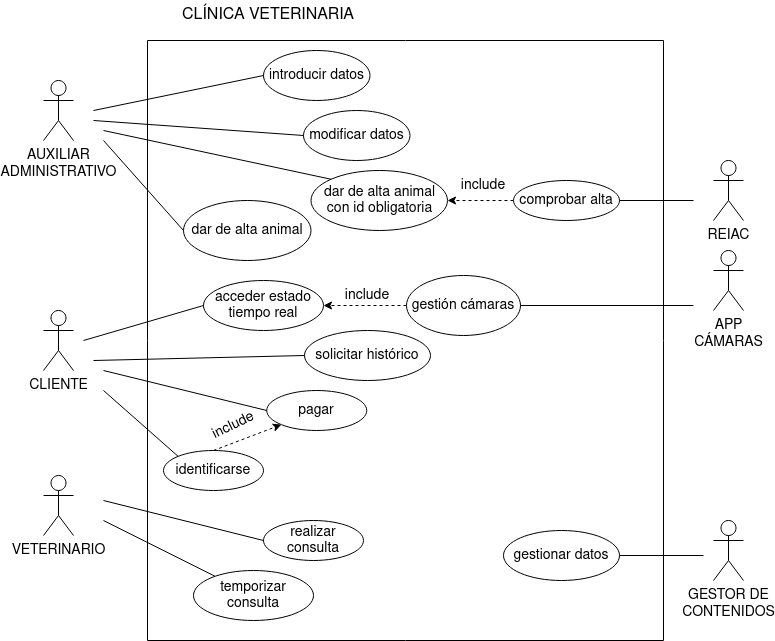
Above: tarea/diagramas_cu1.png in javigh193/ets (draw.io), before the change. Source tidied: cells renumbered, new cells last; positions are measured from the earlier drawing's top-left corner, leaving out a move shared by most shapes. Its diagram source:
```xml
<mxGraphModel>
  <root>
    <mxCell id="0" />
    <mxCell id="1" parent="0" />
    <mxCell id="2" value="&lt;div style=&quot;font-size: 14px;&quot;&gt;&lt;font style=&quot;font-size: 14px;&quot;&gt;AUXILIAR&lt;/font&gt;&lt;/div&gt;&lt;div style=&quot;font-size: 14px;&quot;&gt;&lt;font style=&quot;font-size: 14px;&quot;&gt;ADMINISTRATIVO&lt;br&gt;&lt;/font&gt;&lt;/div&gt;" style="shape=umlActor;verticalLabelPosition=bottom;verticalAlign=top;html=1;" parent="1" vertex="1">
      <mxGeometry y="80" width="30" height="60" as="geometry" />
    </mxCell>
    <mxCell id="3" value="VETERINARIO" style="shape=umlActor;verticalLabelPosition=bottom;verticalAlign=top;html=1;fontSize=14;" parent="1" vertex="1">
      <mxGeometry y="475" width="30" height="60" as="geometry" />
    </mxCell>
    <mxCell id="4" value="CLIENTE" style="shape=umlActor;verticalLabelPosition=bottom;verticalAlign=top;html=1;fontSize=14;" parent="1" vertex="1">
      <mxGeometry y="310" width="30" height="60" as="geometry" />
    </mxCell>
    <mxCell id="5" value="&lt;div style=&quot;font-size: 14px;&quot;&gt;GESTOR DE &lt;br style=&quot;font-size: 14px;&quot;&gt;&lt;/div&gt;&lt;div style=&quot;font-size: 14px;&quot;&gt;CONTENIDOS&lt;/div&gt;" style="shape=umlActor;verticalLabelPosition=bottom;verticalAlign=top;html=1;fontSize=14;" parent="1" vertex="1">
      <mxGeometry x="670" y="520" width="30" height="60" as="geometry" />
    </mxCell>
    <mxCell id="6" value="REIAC" style="shape=umlActor;verticalLabelPosition=bottom;verticalAlign=top;html=1;fontSize=14;" parent="1" vertex="1">
      <mxGeometry x="670" y="160" width="30" height="60" as="geometry" />
    </mxCell>
    <mxCell id="7" value="&lt;div style=&quot;font-size: 14px;&quot;&gt;APP &lt;br style=&quot;font-size: 14px;&quot;&gt;&lt;/div&gt;&lt;div style=&quot;font-size: 14px;&quot;&gt;CÁMARAS&lt;/div&gt;" style="shape=umlActor;verticalLabelPosition=bottom;verticalAlign=top;html=1;fontSize=14;" parent="1" vertex="1">
      <mxGeometry x="670" y="250" width="30" height="60" as="geometry" />
    </mxCell>
    <mxCell id="8" value="CLÍNICA VETERINARIA" style="text;html=1;strokeColor=none;fillColor=none;align=center;verticalAlign=middle;whiteSpace=wrap;rounded=0;fontSize=16;" parent="1" vertex="1">
      <mxGeometry x="130" width="190" height="30" as="geometry" />
    </mxCell>
    <mxCell id="9" style="swimlane;startSize=0;fontSize=14;" parent="1" vertex="1">
      <mxGeometry x="104" y="40" width="516" height="600" as="geometry" />
    </mxCell>
    <mxCell id="10" value="introducir datos" style="ellipse;whiteSpace=wrap;html=1;align=center;fontSize=14;" parent="9" vertex="1">
      <mxGeometry x="116" y="10" width="106.5" height="50" as="geometry" />
    </mxCell>
    <mxCell id="11" value="modificar datos" style="ellipse;whiteSpace=wrap;html=1;align=center;fontSize=14;" parent="9" vertex="1">
      <mxGeometry x="156" y="70" width="106.5" height="50" as="geometry" />
    </mxCell>
    <mxCell id="12" value="gestionar datos" style="ellipse;whiteSpace=wrap;html=1;align=center;fontSize=14;" parent="9" vertex="1">
      <mxGeometry x="356" y="490" width="116" height="50" as="geometry" />
    </mxCell>
    <mxCell id="13" value="temporizar consulta" style="ellipse;whiteSpace=wrap;html=1;align=center;fontSize=14;" parent="9" vertex="1">
      <mxGeometry x="46" y="530" width="120" height="50" as="geometry" />
    </mxCell>
    <mxCell id="14" value="dar de alta animal" style="ellipse;whiteSpace=wrap;html=1;align=center;fontSize=14;" parent="9" vertex="1">
      <mxGeometry x="36" y="160" width="127.5" height="60" as="geometry" />
    </mxCell>
    <mxCell id="15" style="edgeStyle=orthogonalEdgeStyle;rounded=0;jettySize=auto;html=1;fontSize=14;dashed=1;" parent="9" edge="1" source="16" target="17">
      <mxGeometry relative="1" as="geometry" />
    </mxCell>
    <mxCell id="16" value="comprobar alta " style="ellipse;whiteSpace=wrap;html=1;align=center;fontSize=14;" parent="9" vertex="1">
      <mxGeometry x="366" y="140" width="106" height="40" as="geometry" />
    </mxCell>
    <mxCell id="17" value="&lt;div&gt;dar de alta animal con id obligatoria&lt;br&gt;&lt;/div&gt;" style="ellipse;whiteSpace=wrap;html=1;align=center;fontSize=14;" parent="9" vertex="1">
      <mxGeometry x="163.5" y="130" width="136.5" height="60" as="geometry" />
    </mxCell>
    <mxCell id="18" value="acceder estado tiempo real" style="ellipse;whiteSpace=wrap;html=1;align=center;fontSize=14;" parent="9" vertex="1">
      <mxGeometry x="56" y="240" width="120" height="50" as="geometry" />
    </mxCell>
    <mxCell id="19" value="include" style="text;html=1;strokeColor=none;fillColor=none;align=center;verticalAlign=middle;whiteSpace=wrap;rounded=0;fontSize=14;" parent="9" vertex="1">
      <mxGeometry x="306" y="130" width="60" height="30" as="geometry" />
    </mxCell>
    <mxCell id="20" value="pagar" style="ellipse;whiteSpace=wrap;html=1;align=center;fontSize=14;" parent="9" vertex="1">
      <mxGeometry x="119.2" y="350" width="100" height="40" as="geometry" />
    </mxCell>
    <mxCell id="21" value="realizar consulta" style="ellipse;whiteSpace=wrap;html=1;align=center;fontSize=14;" parent="9" vertex="1">
      <mxGeometry x="116" y="480" width="100" height="40" as="geometry" />
    </mxCell>
    <mxCell id="22" value="solicitar histórico" style="ellipse;whiteSpace=wrap;html=1;align=center;fontSize=14;" parent="9" vertex="1">
      <mxGeometry x="157" y="290" width="126" height="50" as="geometry" />
    </mxCell>
    <mxCell id="23" style="edgeStyle=orthogonalEdgeStyle;rounded=0;jettySize=auto;html=1;entryX=1;entryY=0.5;entryDx=0;entryDy=0;fontSize=14;dashed=1;" parent="9" edge="1" source="24" target="18">
      <mxGeometry relative="1" as="geometry" />
    </mxCell>
    <mxCell id="24" value="gestión cámaras" style="ellipse;whiteSpace=wrap;html=1;align=center;fontSize=14;" parent="9" vertex="1">
      <mxGeometry x="259" y="235" width="114" height="60" as="geometry" />
    </mxCell>
    <mxCell id="25" value="include" style="text;html=1;strokeColor=none;fillColor=none;align=center;verticalAlign=middle;whiteSpace=wrap;rounded=0;fontSize=14;" parent="9" vertex="1">
      <mxGeometry x="190" y="240" width="60" height="30" as="geometry" />
    </mxCell>
    <mxCell id="26" value="identificarse " style="ellipse;whiteSpace=wrap;html=1;align=center;fontSize=14;" parent="9" vertex="1">
      <mxGeometry x="16" y="410" width="100" height="40" as="geometry" />
    </mxCell>
    <mxCell id="27" style="endArrow=classic;html=1;rounded=0;fontSize=14;exitX=0.5;exitY=0;exitDx=0;exitDy=0;entryX=0;entryY=1;entryDx=0;entryDy=0;dashed=1;" parent="9" edge="1" source="26" target="20">
      <mxGeometry relative="1" as="geometry" />
    </mxCell>
    <mxCell id="28" value="include" style="text;html=1;strokeColor=none;fillColor=none;align=center;verticalAlign=middle;whiteSpace=wrap;rounded=0;fontSize=14;rotation=-26;" parent="9" vertex="1">
      <mxGeometry x="56" y="370" width="60" height="30" as="geometry" />
    </mxCell>
    <mxCell id="29" style="endArrow=none;html=1;rounded=0;fontSize=14;entryX=0;entryY=0.5;entryDx=0;entryDy=0;" parent="1" edge="1" target="10">
      <mxGeometry relative="1" as="geometry">
        <mxPoint x="50" y="110" as="sourcePoint" />
      </mxGeometry>
    </mxCell>
    <mxCell id="30" style="endArrow=none;html=1;rounded=0;fontSize=14;entryX=0;entryY=0.5;entryDx=0;entryDy=0;" parent="1" edge="1" target="11">
      <mxGeometry relative="1" as="geometry">
        <mxPoint x="50" y="120" as="sourcePoint" />
      </mxGeometry>
    </mxCell>
    <mxCell id="31" style="endArrow=none;html=1;rounded=0;fontSize=14;entryX=0;entryY=0.5;entryDx=0;entryDy=0;" parent="1" edge="1" target="14">
      <mxGeometry relative="1" as="geometry">
        <mxPoint x="60" y="140" as="sourcePoint" />
      </mxGeometry>
    </mxCell>
    <mxCell id="32" style="endArrow=none;html=1;rounded=0;fontSize=14;entryX=0;entryY=0;entryDx=0;entryDy=0;" parent="1" edge="1" target="17">
      <mxGeometry relative="1" as="geometry">
        <mxPoint x="60" y="130" as="sourcePoint" />
      </mxGeometry>
    </mxCell>
    <mxCell id="33" style="endArrow=none;html=1;rounded=0;fontSize=14;entryX=1;entryY=0.5;entryDx=0;entryDy=0;" parent="1" edge="1" target="16">
      <mxGeometry relative="1" as="geometry">
        <mxPoint x="650" y="200" as="sourcePoint" />
      </mxGeometry>
    </mxCell>
    <mxCell id="34" style="endArrow=none;html=1;rounded=0;fontSize=14;exitX=0;exitY=0.5;exitDx=0;exitDy=0;" parent="1" edge="1" source="21">
      <mxGeometry relative="1" as="geometry">
        <mxPoint x="60" y="500" as="targetPoint" />
      </mxGeometry>
    </mxCell>
    <mxCell id="35" style="endArrow=none;html=1;rounded=0;fontSize=14;" parent="1" edge="1" target="13">
      <mxGeometry relative="1" as="geometry">
        <mxPoint x="60" y="520" as="sourcePoint" />
      </mxGeometry>
    </mxCell>
    <mxCell id="36" style="endArrow=none;html=1;rounded=0;fontSize=14;entryX=0;entryY=0.5;entryDx=0;entryDy=0;" parent="1" edge="1" target="18">
      <mxGeometry relative="1" as="geometry">
        <mxPoint x="40" y="340" as="sourcePoint" />
      </mxGeometry>
    </mxCell>
    <mxCell id="37" style="endArrow=none;html=1;rounded=0;fontSize=14;exitX=0;exitY=0.5;exitDx=0;exitDy=0;" parent="1" edge="1" source="22">
      <mxGeometry relative="1" as="geometry">
        <mxPoint x="50" y="360" as="targetPoint" />
      </mxGeometry>
    </mxCell>
    <mxCell id="38" style="endArrow=none;html=1;rounded=0;fontSize=14;entryX=1;entryY=0.5;entryDx=0;entryDy=0;" parent="1" edge="1" target="24">
      <mxGeometry relative="1" as="geometry">
        <mxPoint x="650" y="305" as="sourcePoint" />
      </mxGeometry>
    </mxCell>
    <mxCell id="39" style="endArrow=none;html=1;rounded=0;fontSize=14;exitX=1;exitY=0.5;exitDx=0;exitDy=0;" parent="1" edge="1" source="12">
      <mxGeometry relative="1" as="geometry">
        <mxPoint x="660" y="555" as="targetPoint" />
      </mxGeometry>
    </mxCell>
    <mxCell id="40" style="endArrow=none;html=1;rounded=0;fontSize=14;entryX=0;entryY=0.5;entryDx=0;entryDy=0;" parent="1" edge="1" target="20">
      <mxGeometry relative="1" as="geometry">
        <mxPoint x="60" y="370" as="sourcePoint" />
      </mxGeometry>
    </mxCell>
    <mxCell id="41" style="endArrow=none;html=1;rounded=0;fontSize=14;entryX=0;entryY=0;entryDx=0;entryDy=0;" parent="1" edge="1" target="26">
      <mxGeometry relative="1" as="geometry">
        <mxPoint x="60" y="390" as="sourcePoint" />
      </mxGeometry>
    </mxCell>
  </root>
</mxGraphModel>
```
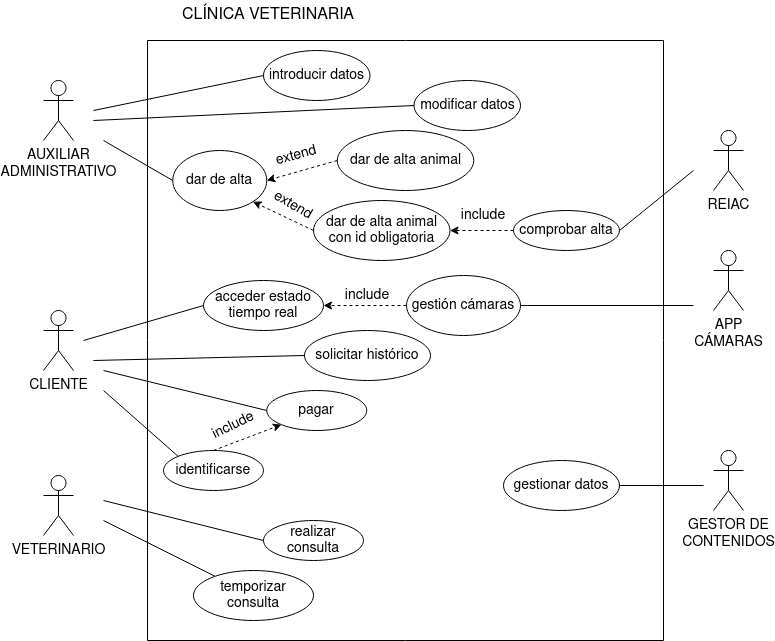
After the commit.

What changed in the source:
```diff
@@ -12,10 +12,10 @@
       <mxGeometry y="310" width="30" height="60" as="geometry" />
     </mxCell>
     <mxCell id="5" value="&lt;div style=&quot;font-size: 14px;&quot;&gt;GESTOR DE &lt;br style=&quot;font-size: 14px;&quot;&gt;&lt;/div&gt;&lt;div style=&quot;font-size: 14px;&quot;&gt;CONTENIDOS&lt;/div&gt;" style="shape=umlActor;verticalLabelPosition=bottom;verticalAlign=top;html=1;fontSize=14;" parent="1" vertex="1">
-      <mxGeometry x="670" y="520" width="30" height="60" as="geometry" />
+      <mxGeometry x="670" y="450" width="30" height="60" as="geometry" />
     </mxCell>
     <mxCell id="6" value="REIAC" style="shape=umlActor;verticalLabelPosition=bottom;verticalAlign=top;html=1;fontSize=14;" parent="1" vertex="1">
-      <mxGeometry x="670" y="160" width="30" height="60" as="geometry" />
+      <mxGeometry x="670" y="130" width="30" height="60" as="geometry" />
     </mxCell>
     <mxCell id="7" value="&lt;div style=&quot;font-size: 14px;&quot;&gt;APP &lt;br style=&quot;font-size: 14px;&quot;&gt;&lt;/div&gt;&lt;div style=&quot;font-size: 14px;&quot;&gt;CÁMARAS&lt;/div&gt;" style="shape=umlActor;verticalLabelPosition=bottom;verticalAlign=top;html=1;fontSize=14;" parent="1" vertex="1">
       <mxGeometry x="670" y="250" width="30" height="60" as="geometry" />
@@ -30,31 +30,31 @@
       <mxGeometry x="116" y="10" width="106.5" height="50" as="geometry" />
     </mxCell>
     <mxCell id="11" value="modificar datos" style="ellipse;whiteSpace=wrap;html=1;align=center;fontSize=14;" parent="9" vertex="1">
-      <mxGeometry x="156" y="70" width="106.5" height="50" as="geometry" />
+      <mxGeometry x="266.5" y="40" width="106.5" height="50" as="geometry" />
     </mxCell>
     <mxCell id="12" value="gestionar datos" style="ellipse;whiteSpace=wrap;html=1;align=center;fontSize=14;" parent="9" vertex="1">
-      <mxGeometry x="356" y="490" width="116" height="50" as="geometry" />
+      <mxGeometry x="356" y="420" width="116" height="50" as="geometry" />
     </mxCell>
     <mxCell id="13" value="temporizar consulta" style="ellipse;whiteSpace=wrap;html=1;align=center;fontSize=14;" parent="9" vertex="1">
       <mxGeometry x="46" y="530" width="120" height="50" as="geometry" />
     </mxCell>
-    <mxCell id="14" value="dar de alta animal" style="ellipse;whiteSpace=wrap;html=1;align=center;fontSize=14;" parent="9" vertex="1">
-      <mxGeometry x="36" y="160" width="127.5" height="60" as="geometry" />
+    <mxCell id="14" value="dar de alta " style="ellipse;whiteSpace=wrap;html=1;align=center;fontSize=14;" parent="9" vertex="1">
+      <mxGeometry x="25.2" y="110" width="94" height="60" as="geometry" />
     </mxCell>
     <mxCell id="15" style="edgeStyle=orthogonalEdgeStyle;rounded=0;jettySize=auto;html=1;fontSize=14;dashed=1;" parent="9" edge="1" source="16" target="17">
       <mxGeometry relative="1" as="geometry" />
     </mxCell>
     <mxCell id="16" value="comprobar alta " style="ellipse;whiteSpace=wrap;html=1;align=center;fontSize=14;" parent="9" vertex="1">
-      <mxGeometry x="366" y="140" width="106" height="40" as="geometry" />
+      <mxGeometry x="366" y="170" width="106" height="40" as="geometry" />
     </mxCell>
     <mxCell id="17" value="&lt;div&gt;dar de alta animal con id obligatoria&lt;br&gt;&lt;/div&gt;" style="ellipse;whiteSpace=wrap;html=1;align=center;fontSize=14;" parent="9" vertex="1">
-      <mxGeometry x="163.5" y="130" width="136.5" height="60" as="geometry" />
+      <mxGeometry x="166" y="160" width="136.5" height="60" as="geometry" />
     </mxCell>
     <mxCell id="18" value="acceder estado tiempo real" style="ellipse;whiteSpace=wrap;html=1;align=center;fontSize=14;" parent="9" vertex="1">
       <mxGeometry x="56" y="240" width="120" height="50" as="geometry" />
     </mxCell>
     <mxCell id="19" value="include" style="text;html=1;strokeColor=none;fillColor=none;align=center;verticalAlign=middle;whiteSpace=wrap;rounded=0;fontSize=14;" parent="9" vertex="1">
-      <mxGeometry x="306" y="130" width="60" height="30" as="geometry" />
+      <mxGeometry x="306" y="160" width="60" height="30" as="geometry" />
     </mxCell>
     <mxCell id="20" value="pagar" style="ellipse;whiteSpace=wrap;html=1;align=center;fontSize=14;" parent="9" vertex="1">
       <mxGeometry x="119.2" y="350" width="100" height="40" as="geometry" />
@@ -83,6 +83,21 @@
     <mxCell id="28" value="include" style="text;html=1;strokeColor=none;fillColor=none;align=center;verticalAlign=middle;whiteSpace=wrap;rounded=0;fontSize=14;rotation=-26;" parent="9" vertex="1">
       <mxGeometry x="56" y="370" width="60" height="30" as="geometry" />
     </mxCell>
+    <mxCell id="42" value="dar de alta animal" style="ellipse;whiteSpace=wrap;html=1;align=center;fontSize=14;" parent="9" vertex="1">
+      <mxGeometry x="189.8" y="90" width="136.5" height="60" as="geometry" />
+    </mxCell>
+    <mxCell id="43" style="endArrow=classic;html=1;rounded=0;fontSize=14;exitX=0;exitY=0.5;exitDx=0;exitDy=0;entryX=1;entryY=0.5;entryDx=0;entryDy=0;dashed=1;" parent="9" edge="1" source="42" target="14">
+      <mxGeometry relative="1" as="geometry" />
+    </mxCell>
+    <mxCell id="44" style="endArrow=classic;html=1;rounded=0;fontSize=14;exitX=0;exitY=0.5;exitDx=0;exitDy=0;entryX=1;entryY=1;entryDx=0;entryDy=0;dashed=1;" parent="9" edge="1" source="17" target="14">
+      <mxGeometry relative="1" as="geometry" />
+    </mxCell>
+    <mxCell id="45" value="extend" style="text;html=1;strokeColor=none;fillColor=none;align=center;verticalAlign=middle;whiteSpace=wrap;rounded=0;fontSize=14;rotation=-15;" parent="9" vertex="1">
+      <mxGeometry x="119.2" y="100" width="60" height="30" as="geometry" />
+    </mxCell>
+    <mxCell id="46" value="extend" style="text;html=1;strokeColor=none;fillColor=none;align=center;verticalAlign=middle;whiteSpace=wrap;rounded=0;fontSize=14;rotation=30;" parent="9" vertex="1">
+      <mxGeometry x="116" y="150" width="60" height="30" as="geometry" />
+    </mxCell>
     <mxCell id="29" style="endArrow=none;html=1;rounded=0;fontSize=14;entryX=0;entryY=0.5;entryDx=0;entryDy=0;" parent="1" edge="1" target="10">
       <mxGeometry relative="1" as="geometry">
         <mxPoint x="50" y="110" as="sourcePoint" />
@@ -98,14 +113,9 @@
         <mxPoint x="60" y="140" as="sourcePoint" />
       </mxGeometry>
     </mxCell>
-    <mxCell id="32" style="endArrow=none;html=1;rounded=0;fontSize=14;entryX=0;entryY=0;entryDx=0;entryDy=0;" parent="1" edge="1" target="17">
-      <mxGeometry relative="1" as="geometry">
-        <mxPoint x="60" y="130" as="sourcePoint" />
-      </mxGeometry>
-    </mxCell>
     <mxCell id="33" style="endArrow=none;html=1;rounded=0;fontSize=14;entryX=1;entryY=0.5;entryDx=0;entryDy=0;" parent="1" edge="1" target="16">
       <mxGeometry relative="1" as="geometry">
-        <mxPoint x="650" y="200" as="sourcePoint" />
+        <mxPoint x="650" y="170" as="sourcePoint" />
       </mxGeometry>
     </mxCell>
     <mxCell id="34" style="endArrow=none;html=1;rounded=0;fontSize=14;exitX=0;exitY=0.5;exitDx=0;exitDy=0;" parent="1" edge="1" source="21">
@@ -135,7 +145,7 @@
     </mxCell>
     <mxCell id="39" style="endArrow=none;html=1;rounded=0;fontSize=14;exitX=1;exitY=0.5;exitDx=0;exitDy=0;" parent="1" edge="1" source="12">
       <mxGeometry relative="1" as="geometry">
-        <mxPoint x="660" y="555" as="targetPoint" />
+        <mxPoint x="660" y="485" as="targetPoint" />
       </mxGeometry>
     </mxCell>
     <mxCell id="40" style="endArrow=none;html=1;rounded=0;fontSize=14;entryX=0;entryY=0.5;entryDx=0;entryDy=0;" parent="1" edge="1" target="20">
```
